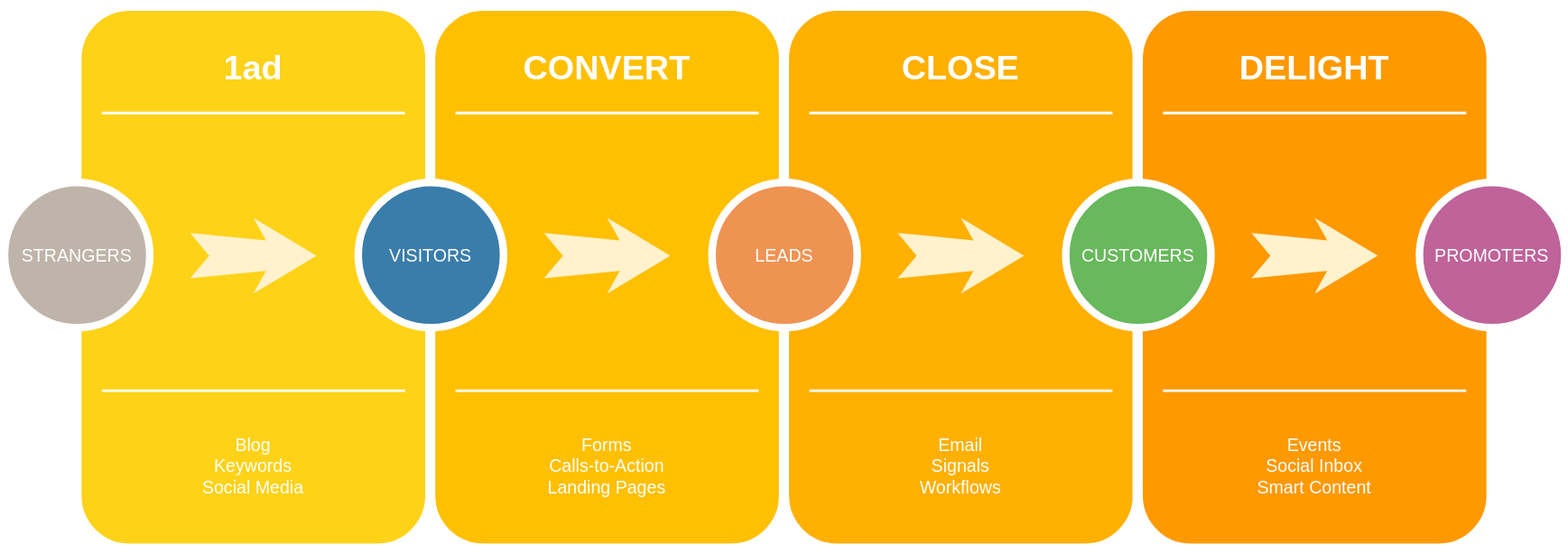
Earlier version of the draw.io export HappyDraw.drawio.svg (builden/drawio-diagram). Source tidied: cells renumbered, new cells last; positions are measured from the earlier drawing's top-left corner, leaving out a move shared by most shapes.
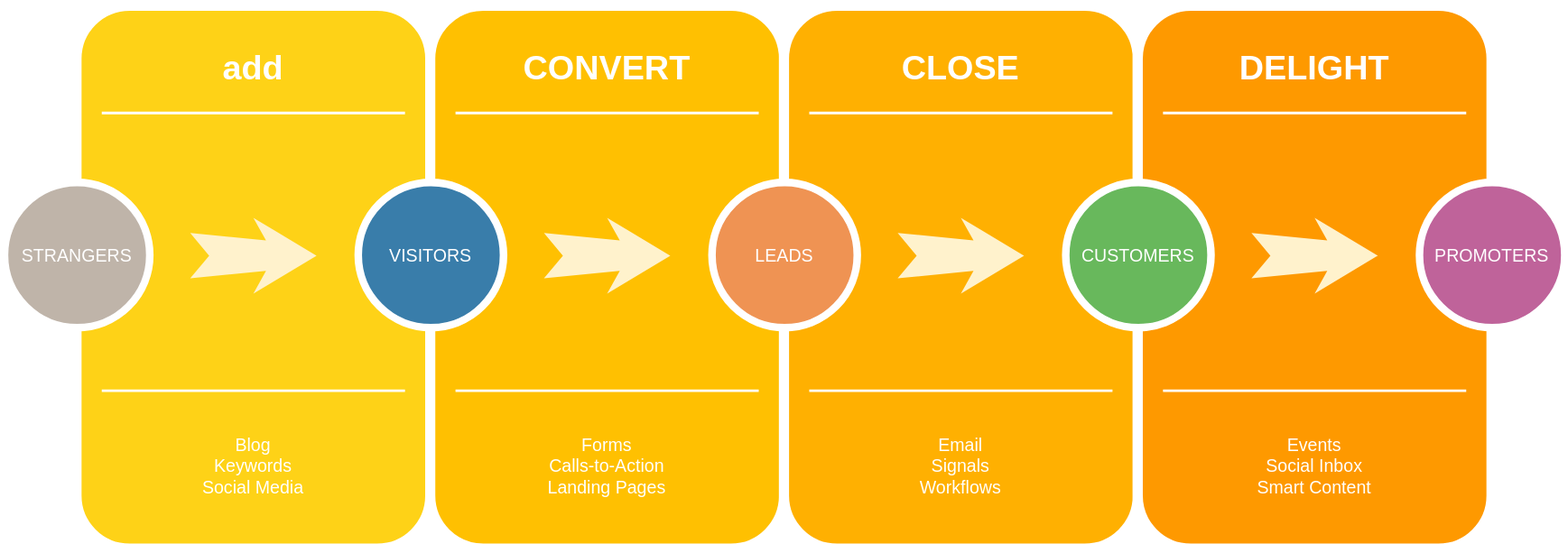
Later version of the same file.

The edit, as a diff of the source:
```diff
@@ -5,7 +5,7 @@
     <mxCell id="2" style="whiteSpace=wrap;html=1;rounded=1;shadow=0;strokeWidth=8;fontSize=20;align=center;fillColor=#FED217;strokeColor=#FFFFFF;" parent="1" vertex="1">
       <mxGeometry x="57" width="280" height="430" as="geometry" />
     </mxCell>
-    <mxCell id="3" value="1ad" style="text;html=1;strokeColor=none;fillColor=none;align=center;verticalAlign=middle;whiteSpace=wrap;rounded=0;shadow=0;fontSize=27;fontColor=#FFFFFF;fontStyle=1;" parent="1" vertex="1">
+    <mxCell id="3" value="add" style="text;html=1;strokeColor=none;fillColor=none;align=center;verticalAlign=middle;whiteSpace=wrap;rounded=0;shadow=0;fontSize=27;fontColor=#FFFFFF;fontStyle=1;" parent="1" vertex="1">
       <mxGeometry x="57" y="20" width="280" height="60" as="geometry" />
     </mxCell>
     <mxCell id="4" value="Blog&lt;div&gt;Keywords&lt;/div&gt;&lt;div&gt;Social Media&lt;/div&gt;" style="text;html=1;strokeColor=none;fillColor=none;align=center;verticalAlign=middle;whiteSpace=wrap;rounded=0;shadow=0;fontSize=14;fontColor=#FFFFFF;" parent="1" vertex="1">
```
